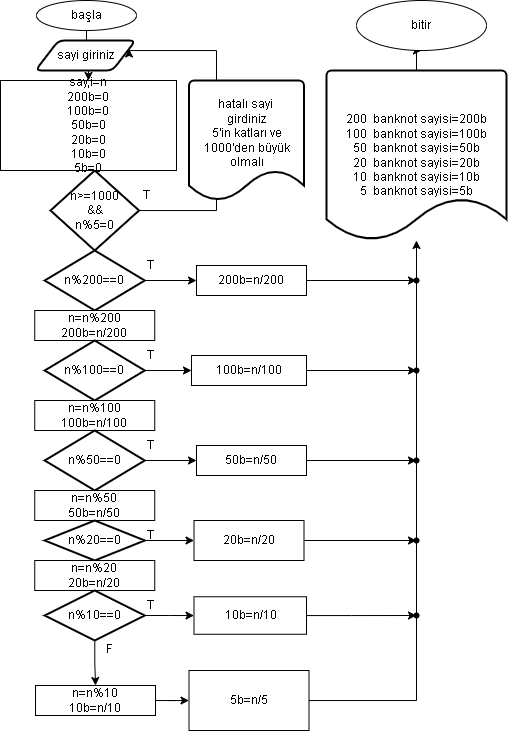
This is Başlıksız Diyagram.drawio.png from yarkinus95/Pde-1, a draw.io export, as it was before one commit. Source tidied: cells renumbered, new cells last; positions are measured from the earlier drawing's top-left corner, leaving out a move shared by most shapes.
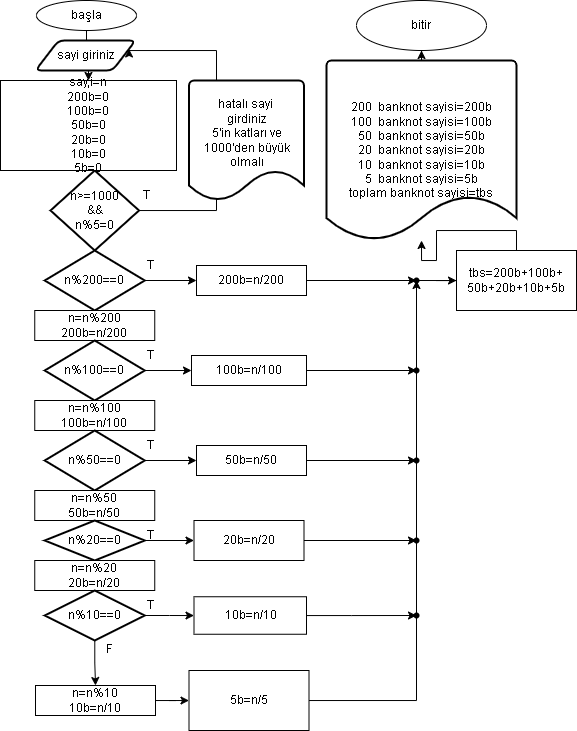
After the change.

Diff of the diagram source:
```diff
@@ -77,9 +77,6 @@
     <mxCell id="24" value="n=n%10&lt;br&gt;10b=n/10" style="rounded=0;whiteSpace=wrap;html=1;" parent="1" vertex="1">
       <mxGeometry x="35" y="685" width="120" height="30" as="geometry" />
     </mxCell>
-    <mxCell id="25" style="edgeStyle=orthogonalEdgeStyle;rounded=0;jettySize=auto;html=1;startArrow=none;" parent="1" edge="1" source="44" target="38">
-      <mxGeometry relative="1" as="geometry" />
-    </mxCell>
     <mxCell id="26" value="5b=n/5" style="rounded=0;whiteSpace=wrap;html=1;" parent="1" vertex="1">
       <mxGeometry x="188.5" y="670" width="120" height="60" as="geometry" />
     </mxCell>
@@ -116,8 +113,8 @@
     <mxCell id="37" style="edgeStyle=orthogonalEdgeStyle;rounded=0;jettySize=auto;html=1;" parent="1" edge="1" source="38" target="39">
       <mxGeometry relative="1" as="geometry" />
     </mxCell>
-    <mxCell id="38" value="200&amp;nbsp; banknot sayisi=200b&lt;br&gt;100&amp;nbsp; banknot sayisi=100b&lt;br&gt;50&amp;nbsp; banknot sayisi=50b&lt;br&gt;20&amp;nbsp; banknot sayisi=20b&lt;br&gt;10&amp;nbsp; banknot sayisi=10b&lt;br&gt;5&amp;nbsp; banknot sayisi=5b" style="strokeWidth=2;html=1;shape=mxgraph.flowchart.document2;whiteSpace=wrap;size=0.25;" parent="1" vertex="1">
-      <mxGeometry x="326" y="70" width="180" height="170" as="geometry" />
+    <mxCell id="38" value="200&amp;nbsp; banknot sayisi=200b&lt;br&gt;100&amp;nbsp; banknot sayisi=100b&lt;br&gt;50&amp;nbsp; banknot sayisi=50b&lt;br&gt;20&amp;nbsp; banknot sayisi=20b&lt;br&gt;10&amp;nbsp; banknot sayisi=10b&lt;br&gt;5&amp;nbsp; banknot sayisi=5b&lt;br&gt;toplam banknot sayisi=tbs" style="strokeWidth=2;html=1;shape=mxgraph.flowchart.document2;whiteSpace=wrap;size=0.25;" parent="1" vertex="1">
+      <mxGeometry x="326" y="60" width="190" height="180" as="geometry" />
     </mxCell>
     <mxCell id="39" value="bitir" style="ellipse;whiteSpace=wrap;html=1;" parent="1" vertex="1">
       <mxGeometry x="356" width="130" height="50" as="geometry" />
@@ -134,12 +131,18 @@
     <mxCell id="43" style="edgeStyle=orthogonalEdgeStyle;rounded=0;jettySize=auto;html=1;endArrow=none;" parent="1" edge="1" source="26" target="42">
       <mxGeometry relative="1" as="geometry" />
     </mxCell>
+    <mxCell id="55" style="edgeStyle=orthogonalEdgeStyle;rounded=0;jettySize=auto;html=1;" parent="1" edge="1" source="44" target="46">
+      <mxGeometry relative="1" as="geometry" />
+    </mxCell>
     <mxCell id="44" style="shape=waypoint;sketch=0;size=6;points=[];fillColor=default;perimeter=centerPerimeter;snapToPoint=1;rounded=0;" parent="1" vertex="1">
       <mxGeometry x="396" y="350" width="40" height="40" as="geometry" />
     </mxCell>
     <mxCell id="45" style="edgeStyle=orthogonalEdgeStyle;rounded=0;jettySize=auto;html=1;startArrow=none;endArrow=none;" parent="1" edge="1" source="42" target="44">
       <mxGeometry relative="1" as="geometry" />
     </mxCell>
+    <mxCell id="56" style="edgeStyle=orthogonalEdgeStyle;rounded=0;jettySize=auto;html=1;" parent="1" edge="1" source="46" target="58">
+      <mxGeometry relative="1" as="geometry" />
+    </mxCell>
     <mxCell id="46" style="shape=waypoint;sketch=0;size=6;points=[];fillColor=default;perimeter=centerPerimeter;snapToPoint=1;rounded=0;" parent="1" vertex="1">
       <mxGeometry x="396" y="260" width="40" height="40" as="geometry" />
     </mxCell>
@@ -167,5 +170,11 @@
     <mxCell id="54" value="T" style="text;html=1;strokeColor=none;fillColor=none;align=center;verticalAlign=middle;whiteSpace=wrap;rounded=0;" parent="1" vertex="1">
       <mxGeometry x="120" y="340" width="60" height="30" as="geometry" />
     </mxCell>
+    <mxCell id="57" style="edgeStyle=orthogonalEdgeStyle;rounded=0;jettySize=auto;html=1;" parent="1" edge="1" source="58" target="38">
+      <mxGeometry relative="1" as="geometry" />
+    </mxCell>
+    <mxCell id="58" value="tbs=200b+100b+&lt;br&gt;50b+20b+10b+5b" style="rounded=0;whiteSpace=wrap;html=1;" parent="1" vertex="1">
+      <mxGeometry x="456" y="250" width="120" height="60" as="geometry" />
+    </mxCell>
   </root>
 </mxGraphModel>
```
